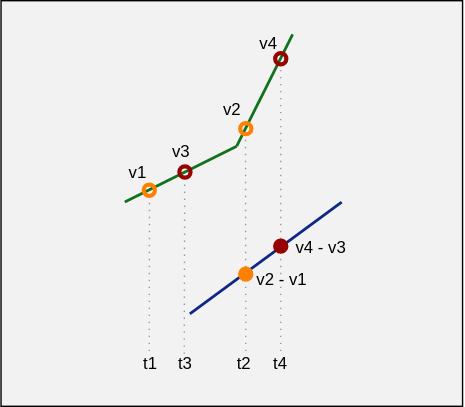
Before: data_science/prometheus_increase/img/proof_slope.svg, a diagram exported from draw.io (RazorBest/blog). Source tidied: cells renumbered, new cells last; positions are measured from the earlier drawing's top-left corner, leaving out a move shared by most shapes. Source of this version:
```xml
<mxGraphModel>
  <root>
    <mxCell id="0" />
    <mxCell id="1" parent="0" />
    <mxCell id="2" style="rounded=0;whiteSpace=wrap;html=1;fillColor=#F2F2F2;" parent="1" vertex="1">
      <mxGeometry width="330" height="290" as="geometry" />
    </mxCell>
    <mxCell id="3" style="endArrow=none;dashed=1;html=1;dashPattern=1 4;strokeWidth=1;rounded=0;strokeColor=#999999;" parent="1" edge="1">
      <mxGeometry relative="1" as="geometry">
        <mxPoint x="174.8" y="99.5" as="sourcePoint" />
        <mxPoint x="175" y="254.5" as="targetPoint" />
      </mxGeometry>
    </mxCell>
    <mxCell id="4" style="endArrow=none;dashed=1;html=1;dashPattern=1 4;strokeWidth=1;rounded=0;strokeColor=#999999;" parent="1" edge="1">
      <mxGeometry relative="1" as="geometry">
        <mxPoint x="200" y="49.5" as="sourcePoint" />
        <mxPoint x="200" y="254.5" as="targetPoint" />
      </mxGeometry>
    </mxCell>
    <mxCell id="5" style="endArrow=none;html=1;rounded=0;strokeColor=#12711C;strokeWidth=2;" parent="1" edge="1">
      <mxGeometry relative="1" as="geometry">
        <mxPoint x="169" y="104.5" as="sourcePoint" />
        <mxPoint x="209" y="24.5" as="targetPoint" />
      </mxGeometry>
    </mxCell>
    <mxCell id="6" style="endArrow=none;html=1;rounded=0;strokeColor=#12711C;strokeWidth=2;" parent="1" edge="1">
      <mxGeometry relative="1" as="geometry">
        <mxPoint x="89" y="144.5" as="sourcePoint" />
        <mxPoint x="169" y="104.5" as="targetPoint" />
      </mxGeometry>
    </mxCell>
    <mxCell id="7" style="ellipse;whiteSpace=wrap;html=1;fillColor=none;strokeColor=#FF8000;strokeWidth=3;" parent="1" vertex="1">
      <mxGeometry x="171" y="87.5" width="8" height="8" as="geometry" />
    </mxCell>
    <mxCell id="8" style="ellipse;whiteSpace=wrap;html=1;fillColor=none;strokeColor=#990000;strokeWidth=3;" parent="1" vertex="1">
      <mxGeometry x="196" y="37.5" width="8" height="8" as="geometry" />
    </mxCell>
    <mxCell id="9" style="endArrow=none;html=1;rounded=0;strokeWidth=2;strokeColor=#0D2885;" parent="1" edge="1">
      <mxGeometry relative="1" as="geometry">
        <mxPoint x="135.5" y="224.5" as="sourcePoint" />
        <mxPoint x="244" y="144.5" as="targetPoint" />
      </mxGeometry>
    </mxCell>
    <mxCell id="10" style="ellipse;whiteSpace=wrap;html=1;fillColor=#FF8000;strokeColor=#FF8000;strokeWidth=3;" parent="1" vertex="1">
      <mxGeometry x="171" y="191.5" width="8" height="8" as="geometry" />
    </mxCell>
    <mxCell id="11" style="ellipse;whiteSpace=wrap;html=1;fillColor=#990000;strokeColor=#990000;strokeWidth=3;" parent="1" vertex="1">
      <mxGeometry x="196" y="171.5" width="8" height="8" as="geometry" />
    </mxCell>
    <mxCell id="12" value="t2" style="text;html=1;whiteSpace=wrap;strokeColor=none;fillColor=none;align=center;verticalAlign=middle;rounded=0;" parent="1" vertex="1">
      <mxGeometry x="167.5" y="244.5" width="11.5" height="30" as="geometry" />
    </mxCell>
    <mxCell id="13" value="t4" style="text;html=1;whiteSpace=wrap;strokeColor=none;fillColor=none;align=center;verticalAlign=middle;rounded=0;" parent="1" vertex="1">
      <mxGeometry x="191" y="244.5" width="18" height="30" as="geometry" />
    </mxCell>
    <mxCell id="14" style="ellipse;whiteSpace=wrap;html=1;fillColor=none;strokeColor=#FF8000;strokeWidth=3;" parent="1" vertex="1">
      <mxGeometry x="102" y="131.5" width="8" height="8" as="geometry" />
    </mxCell>
    <mxCell id="15" style="ellipse;whiteSpace=wrap;html=1;fillColor=none;strokeColor=#990000;strokeWidth=3;" parent="1" vertex="1">
      <mxGeometry x="127.5" y="118.5" width="8" height="8" as="geometry" />
    </mxCell>
    <mxCell id="16" value="t1" style="text;html=1;whiteSpace=wrap;strokeColor=none;fillColor=none;align=center;verticalAlign=middle;rounded=0;" parent="1" vertex="1">
      <mxGeometry x="100.8" y="244.5" width="11.5" height="30" as="geometry" />
    </mxCell>
    <mxCell id="17" value="t3" style="text;html=1;whiteSpace=wrap;strokeColor=none;fillColor=none;align=center;verticalAlign=middle;rounded=0;" parent="1" vertex="1">
      <mxGeometry x="121.5" y="244.5" width="20" height="30" as="geometry" />
    </mxCell>
    <mxCell id="18" value="v1" style="text;html=1;whiteSpace=wrap;strokeColor=none;fillColor=none;align=center;verticalAlign=middle;rounded=0;" parent="1" vertex="1">
      <mxGeometry x="68" y="107.5" width="60" height="30" as="geometry" />
    </mxCell>
    <mxCell id="19" value="v2" style="text;html=1;whiteSpace=wrap;strokeColor=none;fillColor=none;align=center;verticalAlign=middle;rounded=0;" parent="1" vertex="1">
      <mxGeometry x="152" y="62.5" width="27" height="30" as="geometry" />
    </mxCell>
    <mxCell id="20" value="v3" style="text;html=1;whiteSpace=wrap;strokeColor=none;fillColor=none;align=center;verticalAlign=middle;rounded=0;" parent="1" vertex="1">
      <mxGeometry x="99" y="92.5" width="60" height="30" as="geometry" />
    </mxCell>
    <mxCell id="21" value="v4" style="text;html=1;whiteSpace=wrap;strokeColor=none;fillColor=none;align=center;verticalAlign=middle;rounded=0;" parent="1" vertex="1">
      <mxGeometry x="179" y="15.5" width="25" height="30" as="geometry" />
    </mxCell>
    <mxCell id="22" style="endArrow=none;dashed=1;html=1;dashPattern=1 4;strokeWidth=1;rounded=0;strokeColor=#999999;" parent="1" edge="1">
      <mxGeometry relative="1" as="geometry">
        <mxPoint x="131.3" y="131.5" as="sourcePoint" />
        <mxPoint x="131" y="254.5" as="targetPoint" />
      </mxGeometry>
    </mxCell>
    <mxCell id="23" style="endArrow=none;dashed=1;html=1;dashPattern=1 4;strokeWidth=1;rounded=0;strokeColor=#999999;" parent="1" edge="1">
      <mxGeometry relative="1" as="geometry">
        <mxPoint x="106.1" y="139.5" as="sourcePoint" />
        <mxPoint x="106" y="254.5" as="targetPoint" />
      </mxGeometry>
    </mxCell>
    <mxCell id="24" value="v4 - v3" style="text;html=1;whiteSpace=wrap;strokeColor=none;fillColor=none;align=center;verticalAlign=middle;rounded=0;" parent="1" vertex="1">
      <mxGeometry x="199" y="161.5" width="60" height="30" as="geometry" />
    </mxCell>
    <mxCell id="25" value="v2 - v1" style="text;html=1;whiteSpace=wrap;strokeColor=none;fillColor=none;align=center;verticalAlign=middle;rounded=0;" parent="1" vertex="1">
      <mxGeometry x="171" y="184.5" width="60" height="30" as="geometry" />
    </mxCell>
  </root>
</mxGraphModel>
```
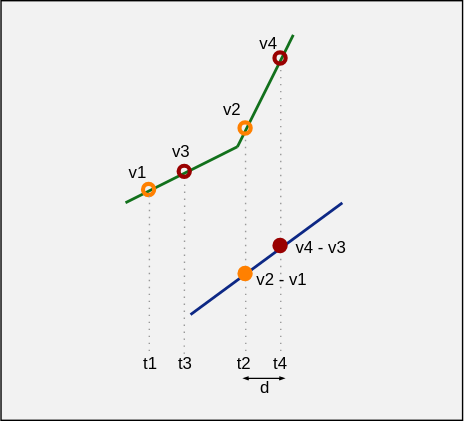
The same diagram one commit later.

Commit message:
feat: add d to proof_slope

Change to the diagram source:
```diff
@@ -3,7 +3,7 @@
     <mxCell id="0" />
     <mxCell id="1" parent="0" />
     <mxCell id="2" style="rounded=0;whiteSpace=wrap;html=1;fillColor=#F2F2F2;" parent="1" vertex="1">
-      <mxGeometry width="330" height="290" as="geometry" />
+      <mxGeometry width="330" height="300" as="geometry" />
     </mxCell>
     <mxCell id="3" style="endArrow=none;dashed=1;html=1;dashPattern=1 4;strokeWidth=1;rounded=0;strokeColor=#999999;" parent="1" edge="1">
       <mxGeometry relative="1" as="geometry">
@@ -95,5 +95,17 @@
     <mxCell id="25" value="v2 - v1" style="text;html=1;whiteSpace=wrap;strokeColor=none;fillColor=none;align=center;verticalAlign=middle;rounded=0;" parent="1" vertex="1">
       <mxGeometry x="171" y="184.5" width="60" height="30" as="geometry" />
     </mxCell>
+    <mxCell id="26" style="endArrow=openThin;startArrow=openThin;html=1;rounded=0;startFill=0;endFill=0;startSize=2;endSize=2;" parent="1" edge="1">
+      <mxGeometry relative="1" as="geometry">
+        <mxPoint x="173" y="270" as="sourcePoint" />
+        <mxPoint x="203" y="270" as="targetPoint" />
+        <Array as="points">
+          <mxPoint x="201.5" y="270" />
+        </Array>
+      </mxGeometry>
+    </mxCell>
+    <mxCell id="27" value="d" style="text;html=1;whiteSpace=wrap;strokeColor=none;fillColor=none;align=center;verticalAlign=middle;rounded=0;" parent="1" vertex="1">
+      <mxGeometry x="179" y="270" width="20" height="13" as="geometry" />
+    </mxCell>
   </root>
 </mxGraphModel>
```
